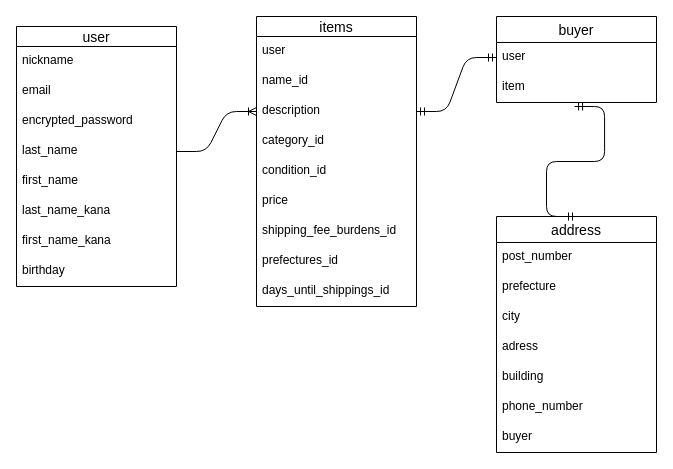
srs5576/furima-38524 keeps this draw.io diagram as ER.dio. Above is the earlier version. Source tidied: cells renumbered, new cells numbered last; positions are measured from the earlier drawing's top-left corner, leaving out a move shared by most shapes. Both pictures are drawn from the tidied source at 100%, with x=0, y=0 at pixel (16, 16).
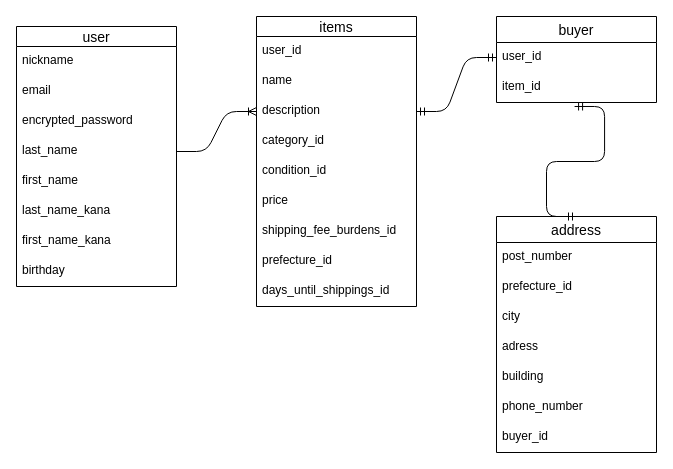
Above is the later version.

The change refers to these unchanged cells:
```xml
<mxCell id="11" value="items" style="swimlane;fontStyle=0;horizontal=1;startSize=20;align=center;fontSize=14;" parent="1" vertex="1">
  <mxGeometry x="240" width="160" height="290" as="geometry" />
</mxCell>
<mxCell id="21" value="address" style="swimlane;fontStyle=0;horizontal=1;startSize=26;align=center;fontSize=14;" parent="1" vertex="1">
  <mxGeometry x="480" y="200" width="160" height="236" as="geometry" />
</mxCell>
<mxCell id="30" value="buyer" style="swimlane;fontStyle=0;horizontal=1;startSize=26;align=center;fontSize=14;" parent="1" vertex="1">
  <mxGeometry x="480" width="160" height="86" as="geometry" />
</mxCell>
```

The edit, as a diff of the source:
```diff
@@
-    <mxCell id="12" value="user" style="text;strokeColor=none;fillColor=none;spacingLeft=4;spacingRight=4;overflow=hidden;fontSize=12;" parent="11" vertex="1">
+    <mxCell id="12" value="user_id" style="text;strokeColor=none;fillColor=none;spacingLeft=4;spacingRight=4;overflow=hidden;fontSize=12;" parent="11" vertex="1">
       <mxGeometry y="20" width="160" height="30" as="geometry" />
     </mxCell>
-    <mxCell id="13" value="name_id" style="text;strokeColor=none;fillColor=none;spacingLeft=4;spacingRight=4;overflow=hidden;fontSize=12;" parent="11" vertex="1">
+    <mxCell id="13" value="name" style="text;strokeColor=none;fillColor=none;spacingLeft=4;spacingRight=4;overflow=hidden;fontSize=12;" parent="11" vertex="1">
       <mxGeometry y="50" width="160" height="30" as="geometry" />
     </mxCell>
@@
-    <mxCell id="19" value="prefectures_id" style="text;strokeColor=none;fillColor=none;spacingLeft=4;spacingRight=4;overflow=hidden;fontSize=12;" parent="11" vertex="1">
+    <mxCell id="19" value="prefecture_id" style="text;strokeColor=none;fillColor=none;spacingLeft=4;spacingRight=4;overflow=hidden;fontSize=12;" parent="11" vertex="1">
       <mxGeometry y="230" width="160" height="30" as="geometry" />
     </mxCell>
@@
-    <mxCell id="23" value="prefecture" style="text;strokeColor=none;fillColor=none;spacingLeft=4;spacingRight=4;overflow=hidden;fontSize=12;" parent="21" vertex="1">
+    <mxCell id="23" value="prefecture_id" style="text;strokeColor=none;fillColor=none;spacingLeft=4;spacingRight=4;overflow=hidden;fontSize=12;" parent="21" vertex="1">
       <mxGeometry y="56" width="160" height="30" as="geometry" />
     </mxCell>
@@
-    <mxCell id="28" value="buyer" style="text;strokeColor=none;fillColor=none;spacingLeft=4;spacingRight=4;overflow=hidden;fontSize=12;" parent="21" vertex="1">
+    <mxCell id="28" value="buyer_id" style="text;strokeColor=none;fillColor=none;spacingLeft=4;spacingRight=4;overflow=hidden;fontSize=12;" parent="21" vertex="1">
       <mxGeometry y="206" width="160" height="30" as="geometry" />
     </mxCell>
@@
-    <mxCell id="31" value="user" style="text;strokeColor=none;fillColor=none;spacingLeft=4;spacingRight=4;overflow=hidden;points=[[0,0.5],[1,0.5]];portConstraint=eastwest;fontSize=12;" parent="30" vertex="1">
+    <mxCell id="31" value="user_id" style="text;strokeColor=none;fillColor=none;spacingLeft=4;spacingRight=4;overflow=hidden;points=[[0,0.5],[1,0.5]];portConstraint=eastwest;fontSize=12;" parent="30" vertex="1">
       <mxGeometry y="26" width="160" height="30" as="geometry" />
     </mxCell>
-    <mxCell id="32" value="item" style="text;strokeColor=none;fillColor=none;spacingLeft=4;spacingRight=4;overflow=hidden;points=[[0,0.5],[1,0.5]];portConstraint=eastwest;fontSize=12;" parent="30" vertex="1">
+    <mxCell id="32" value="item_id" style="text;strokeColor=none;fillColor=none;spacingLeft=4;spacingRight=4;overflow=hidden;points=[[0,0.5],[1,0.5]];portConstraint=eastwest;fontSize=12;" parent="30" vertex="1">
       <mxGeometry y="56" width="160" height="30" as="geometry" />
     </mxCell>
```
